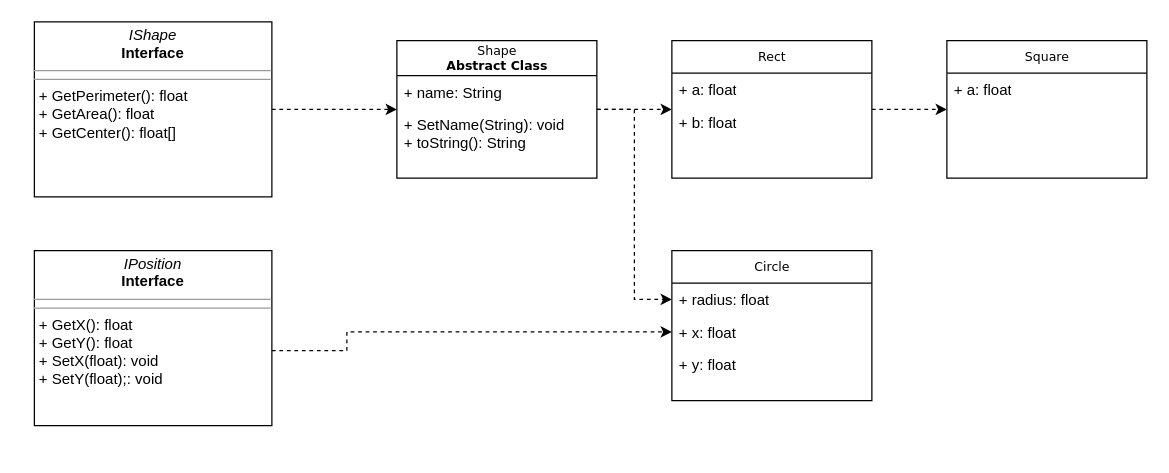
Earlier version of the draw.io diagram Graphs/Prac1.drawio (kremnev8/JavaStudy). Source tidied: cells renumbered, new cells numbered last; positions are measured from the earlier drawing's top-left corner, leaving out a move shared by most shapes. Both pictures are drawn from the tidied source at 125%, with x=0, y=0 at pixel (34, 21).
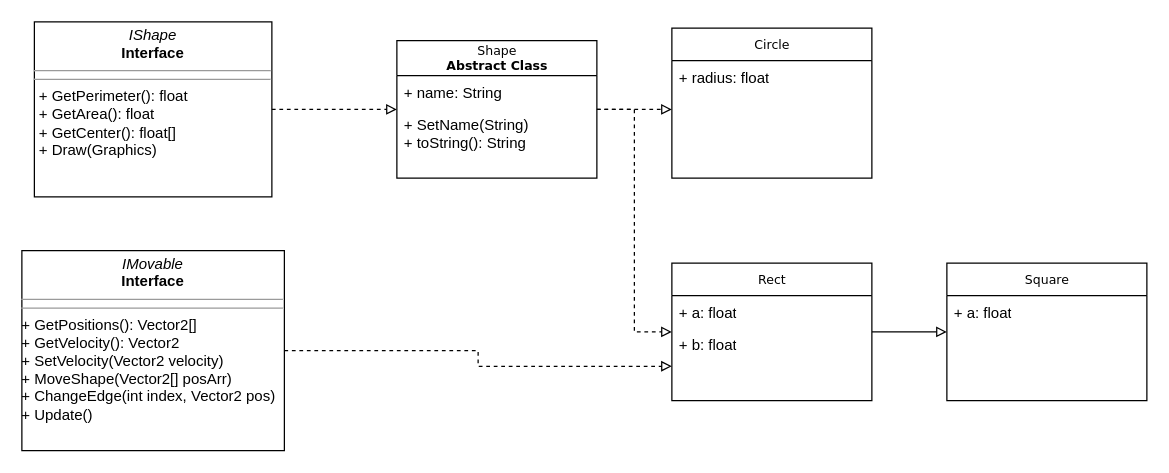
The same page after the edit.

The change refers to these unchanged cells:
```xml
<mxCell id="7" value="&lt;div&gt;Shape&lt;/div&gt;&lt;div&gt;&lt;b&gt;Abstract Class&lt;/b&gt;&lt;/div&gt;" style="swimlane;html=1;fontStyle=0;horizontal=1;startSize=28;fillColor=none;swimlaneFillColor=#ffffff;rounded=0;shadow=0;comic=0;labelBackgroundColor=none;strokeWidth=1;fontFamily=Verdana;fontSize=10;align=center;" parent="1" vertex="1">
  <mxGeometry x="290" y="15" width="160" height="110" as="geometry" />
</mxCell>
```

Diff of the diagram source:
```diff
@@
-    <mxCell id="2" value="&lt;p style=&quot;margin: 0px ; margin-top: 4px ; text-align: center&quot;&gt;&lt;i&gt;IShape&lt;/i&gt;&lt;br&gt;&lt;b&gt;Interface&lt;/b&gt;&lt;/p&gt;&lt;hr size=&quot;1&quot;&gt;&lt;hr size=&quot;1&quot;&gt;&lt;p style=&quot;margin: 0px ; margin-left: 4px&quot;&gt;+ GetPerimeter(): float&lt;br&gt;+ GetArea(): float&lt;br&gt;&lt;/p&gt;&lt;p style=&quot;margin: 0px ; margin-left: 4px&quot;&gt;+ GetCenter(): float[]&lt;br&gt;&lt;/p&gt;" style="verticalAlign=top;align=left;overflow=fill;fontSize=12;fontFamily=Helvetica;html=1;rounded=0;shadow=0;comic=0;labelBackgroundColor=none;strokeWidth=1;" parent="1" vertex="1">
+    <mxCell id="2" value="&lt;p style=&quot;margin: 0px ; margin-top: 4px ; text-align: center&quot;&gt;&lt;i&gt;IShape&lt;/i&gt;&lt;br&gt;&lt;b&gt;Interface&lt;/b&gt;&lt;/p&gt;&lt;hr size=&quot;1&quot;&gt;&lt;hr size=&quot;1&quot;&gt;&lt;p style=&quot;margin: 0px ; margin-left: 4px&quot;&gt;+ GetPerimeter(): float&lt;br&gt;+ GetArea(): float&lt;br&gt;&lt;/p&gt;&lt;p style=&quot;margin: 0px ; margin-left: 4px&quot;&gt;+ GetCenter(): float[]&lt;/p&gt;&lt;p style=&quot;margin: 0px ; margin-left: 4px&quot;&gt;+ Draw(Graphics)&lt;br&gt;&lt;/p&gt;" style="verticalAlign=top;align=left;overflow=fill;fontSize=12;fontFamily=Helvetica;html=1;rounded=0;shadow=0;comic=0;labelBackgroundColor=none;strokeWidth=1;" parent="1" vertex="1">
       <mxGeometry width="190" height="140" as="geometry" />
     </mxCell>
+    <mxCell id="21" style="edgeStyle=orthogonalEdgeStyle;rounded=0;jettySize=auto;html=1;entryX=0;entryY=0.75;entryDx=0;entryDy=0;endArrow=block;endFill=0;dashed=1;" parent="1" edge="1" source="3" target="12">
+      <mxGeometry relative="1" as="geometry" />
+    </mxCell>
-    <mxCell id="3" value="&lt;p style=&quot;margin: 0px ; margin-top: 4px ; text-align: center&quot;&gt;&lt;i&gt;IPosition&lt;/i&gt;&lt;br&gt;&lt;b&gt;Interface&lt;/b&gt;&lt;/p&gt;&lt;hr size=&quot;1&quot;&gt;&lt;hr size=&quot;1&quot;&gt;&lt;p style=&quot;margin: 0px ; margin-left: 4px&quot;&gt;+ GetX(): float&lt;/p&gt;&lt;p style=&quot;margin: 0px ; margin-left: 4px&quot;&gt;+ GetY(): float&lt;/p&gt;&lt;p style=&quot;margin: 0px ; margin-left: 4px&quot;&gt;+ SetX(float): void&lt;/p&gt;&lt;p style=&quot;margin: 0px ; margin-left: 4px&quot;&gt;+ SetY(float);: void&lt;br&gt;&lt;/p&gt;" style="verticalAlign=top;align=left;overflow=fill;fontSize=12;fontFamily=Helvetica;html=1;rounded=0;shadow=0;comic=0;labelBackgroundColor=none;strokeWidth=1;" parent="1" vertex="1">
-      <mxGeometry y="183" width="190" height="140" as="geometry" />
+    <mxCell id="3" value="&lt;p style=&quot;margin: 0px ; margin-top: 4px ; text-align: center&quot;&gt;&lt;i&gt;IMovable&lt;/i&gt;&lt;br&gt;&lt;b&gt;Interface&lt;/b&gt;&lt;/p&gt;&lt;hr size=&quot;1&quot;&gt;&lt;hr size=&quot;1&quot;&gt;+ GetPositions(): Vector2[]&lt;br&gt;+ GetVelocity(): Vector2&lt;br&gt;+ SetVelocity(Vector2 velocity)&lt;br&gt;+ MoveShape(Vector2[] posArr)&lt;br&gt;+ ChangeEdge(int index, Vector2 pos)&lt;br&gt;+ Update()" style="verticalAlign=top;align=left;overflow=fill;fontSize=12;fontFamily=Helvetica;html=1;rounded=0;shadow=0;comic=0;labelBackgroundColor=none;strokeWidth=1;" parent="1" vertex="1">
+      <mxGeometry x="-10" y="183" width="210" height="160" as="geometry" />
     </mxCell>
-    <mxCell id="4" style="endArrow=classic;html=1;entryX=0;entryY=0.5;entryDx=0;entryDy=0;dashed=1;exitX=1;exitY=0.5;exitDx=0;exitDy=0;" parent="1" edge="1" source="12" target="15">
+    <mxCell id="4" style="endArrow=block;html=1;entryX=0;entryY=0.5;entryDx=0;entryDy=0;exitX=1;exitY=0.5;exitDx=0;exitDy=0;endFill=0;" parent="1" edge="1" source="12" target="15">
       <mxGeometry relative="1" as="geometry" />
     </mxCell>
-    <mxCell id="5" style="endArrow=classic;html=1;dashed=1;entryX=0;entryY=0.5;entryDx=0;entryDy=0;rounded=0;" parent="1" edge="1" target="19">
-      <mxGeometry relative="1" as="geometry">
-        <mxPoint x="190" y="263" as="sourcePoint" />
-        <Array as="points">
-          <mxPoint x="250" y="263" />
-          <mxPoint x="250" y="248" />
-        </Array>
-      </mxGeometry>
-    </mxCell>
-    <mxCell id="6" style="endArrow=classic;html=1;exitX=1;exitY=0.5;exitDx=0;exitDy=0;entryX=0;entryY=0.5;entryDx=0;entryDy=0;dashed=1;" parent="1" edge="1" source="2" target="7">
+    <mxCell id="6" style="endArrow=block;html=1;exitX=1;exitY=0.5;exitDx=0;exitDy=0;entryX=0;entryY=0.5;entryDx=0;entryDy=0;dashed=1;endFill=0;" parent="1" edge="1" source="2" target="7">
       <mxGeometry relative="1" as="geometry" />
     </mxCell>
@@
-    <mxCell id="9" value="&lt;div&gt;+ SetName(String): void&lt;/div&gt;&lt;div&gt;+ toString(): String&lt;br&gt;&lt;/div&gt;" style="text;html=1;strokeColor=none;fillColor=none;align=left;verticalAlign=top;spacingLeft=4;spacingRight=4;whiteSpace=wrap;overflow=hidden;" parent="7" vertex="1">
+    <mxCell id="9" value="&lt;div&gt;+ SetName(String)&lt;br&gt;&lt;/div&gt;&lt;div&gt;+ toString(): String&lt;br&gt;&lt;/div&gt;" style="text;html=1;strokeColor=none;fillColor=none;align=left;verticalAlign=top;spacingLeft=4;spacingRight=4;whiteSpace=wrap;overflow=hidden;" parent="7" vertex="1">
       <mxGeometry y="54" width="160" height="46" as="geometry" />
     </mxCell>
-    <mxCell id="10" style="endArrow=classic;html=1;dashed=1;exitX=1;exitY=0.5;exitDx=0;exitDy=0;entryX=0;entryY=0.5;entryDx=0;entryDy=0;" parent="1" edge="1" source="7" target="12">
-      <mxGeometry relative="1" as="geometry" />
+    <mxCell id="10" style="endArrow=block;html=1;dashed=1;exitX=1;exitY=0.5;exitDx=0;exitDy=0;entryX=0;entryY=0.5;entryDx=0;entryDy=0;endFill=0;rounded=0;" parent="1" edge="1" source="7" target="12">
+      <mxGeometry relative="1" as="geometry">
+        <Array as="points">
+          <mxPoint x="480" y="70" />
+          <mxPoint x="480" y="248" />
+        </Array>
+      </mxGeometry>
     </mxCell>
-    <mxCell id="11" style="endArrow=classic;html=1;dashed=1;entryX=0;entryY=0.5;entryDx=0;entryDy=0;exitX=1;exitY=0.5;exitDx=0;exitDy=0;rounded=0;" parent="1" edge="1" source="7" target="18">
+    <mxCell id="11" style="endArrow=block;html=1;dashed=1;entryX=0;entryY=0.5;entryDx=0;entryDy=0;exitX=1;exitY=0.5;exitDx=0;exitDy=0;rounded=0;endFill=0;" parent="1" edge="1" source="7">
       <mxGeometry relative="1" as="geometry">
-        <Array as="points">
-          <mxPoint x="480" y="70" />
-          <mxPoint x="480" y="222" />
-        </Array>
+        <mxPoint x="510" y="70" as="targetPoint" />
       </mxGeometry>
     </mxCell>
+    <mxCell id="17" value="Circle" style="swimlane;html=1;fontStyle=0;horizontal=1;startSize=26;fillColor=none;swimlaneFillColor=#ffffff;rounded=0;shadow=0;comic=0;labelBackgroundColor=none;strokeWidth=1;fontFamily=Verdana;fontSize=10;align=center;" parent="1" vertex="1">
+      <mxGeometry x="510" y="5" width="160" height="120" as="geometry" />
+    </mxCell>
+    <mxCell id="18" value="+ radius: float" style="text;html=1;strokeColor=none;fillColor=none;align=left;verticalAlign=top;spacingLeft=4;spacingRight=4;whiteSpace=wrap;overflow=hidden;points=[[0,0.5],[1,0.5]];portConstraint=eastwest;" parent="17" vertex="1">
+      <mxGeometry y="26" width="160" height="26" as="geometry" />
+    </mxCell>
     <mxCell id="12" value="Rect" style="swimlane;html=1;fontStyle=0;horizontal=1;startSize=26;fillColor=none;swimlaneFillColor=#ffffff;rounded=0;shadow=0;comic=0;labelBackgroundColor=none;strokeWidth=1;fontFamily=Verdana;fontSize=10;align=center;" parent="1" vertex="1">
-      <mxGeometry x="510" y="15" width="160" height="110" as="geometry" />
+      <mxGeometry x="510" y="193" width="160" height="110" as="geometry" />
     </mxCell>
@@
     <mxCell id="15" value="Square" style="swimlane;html=1;fontStyle=0;horizontal=1;startSize=26;fillColor=none;swimlaneFillColor=#ffffff;rounded=0;shadow=0;comic=0;labelBackgroundColor=none;strokeWidth=1;fontFamily=Verdana;fontSize=10;align=center;" parent="1" vertex="1">
-      <mxGeometry x="730" y="15" width="160" height="110" as="geometry" />
+      <mxGeometry x="730" y="193" width="160" height="110" as="geometry" />
     </mxCell>
@@
-    <mxCell id="17" value="Circle" style="swimlane;html=1;fontStyle=0;horizontal=1;startSize=26;fillColor=none;swimlaneFillColor=#ffffff;rounded=0;shadow=0;comic=0;labelBackgroundColor=none;strokeWidth=1;fontFamily=Verdana;fontSize=10;align=center;" parent="1" vertex="1">
-      <mxGeometry x="510" y="183" width="160" height="120" as="geometry" />
-    </mxCell>
-    <mxCell id="18" value="+ radius: float" style="text;html=1;strokeColor=none;fillColor=none;align=left;verticalAlign=top;spacingLeft=4;spacingRight=4;whiteSpace=wrap;overflow=hidden;points=[[0,0.5],[1,0.5]];portConstraint=eastwest;" parent="17" vertex="1">
-      <mxGeometry y="26" width="160" height="26" as="geometry" />
-    </mxCell>
-    <mxCell id="19" value="+ x: float" style="text;html=1;strokeColor=none;fillColor=none;align=left;verticalAlign=top;spacingLeft=4;spacingRight=4;whiteSpace=wrap;overflow=hidden;points=[[0,0.5],[1,0.5]];portConstraint=eastwest;" parent="17" vertex="1">
-      <mxGeometry y="52" width="160" height="26" as="geometry" />
-    </mxCell>
-    <mxCell id="20" value="+ y: float" style="text;html=1;strokeColor=none;fillColor=none;align=left;verticalAlign=top;spacingLeft=4;spacingRight=4;whiteSpace=wrap;overflow=hidden;" parent="17" vertex="1">
-      <mxGeometry y="78" width="160" height="26" as="geometry" />
-    </mxCell>
```
